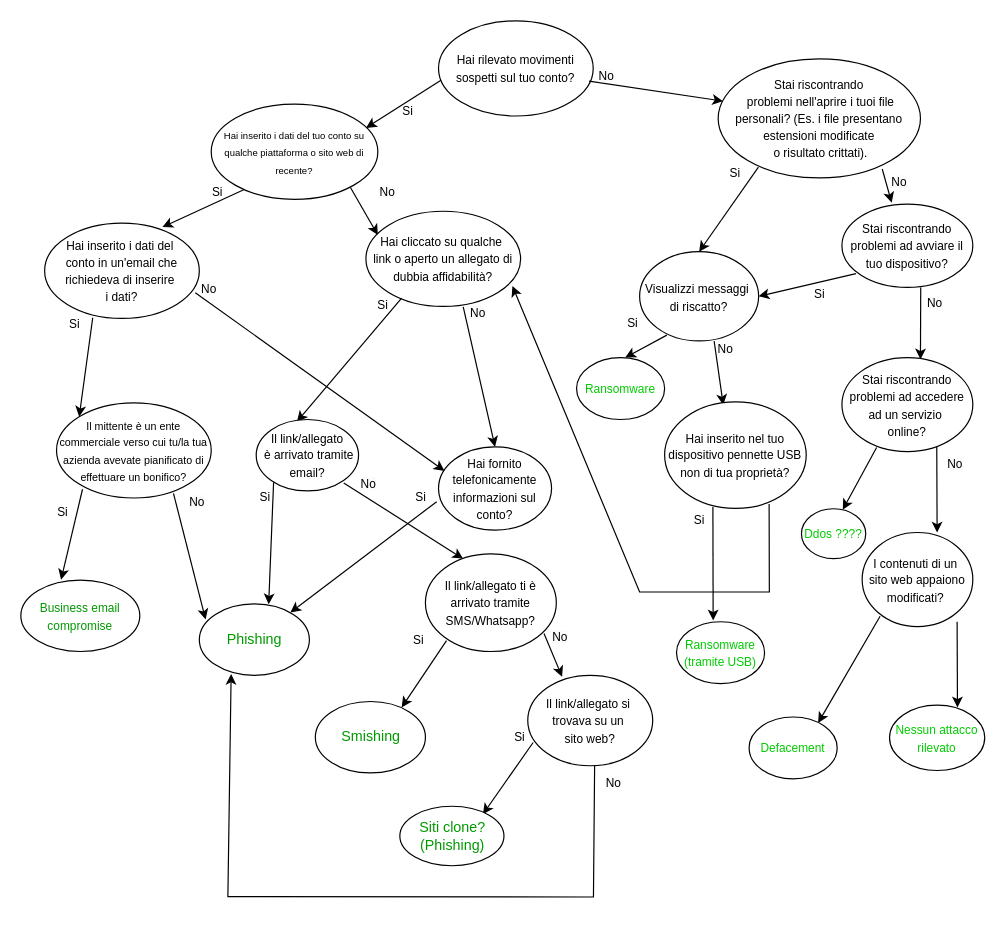
This is Diagramma senza titolo.drawio from ClaudiaMarano/Decision-tree, a draw.io file, before an edit. Source tidied: cells renumbered, new cells numbered last; positions are measured from the earlier drawing's top-left corner, leaving out a move shared by most shapes. Both pictures are drawn from the tidied source at 119%, with x=0, y=0 at pixel (20, 20).
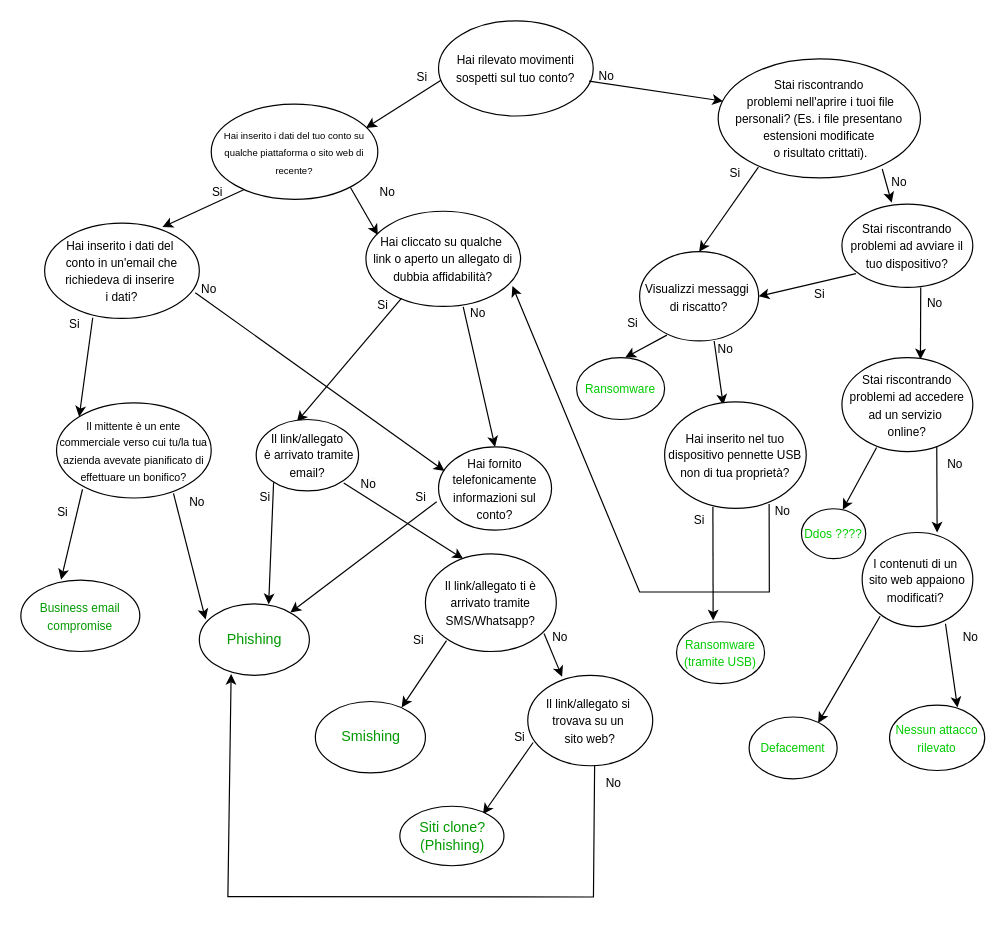
Above is the later version.

The change refers to these unchanged cells:
```xml
<mxCell id="73" value="&lt;span style=&quot;font-size: 10px;&quot;&gt;I contenuti di un&amp;nbsp;&lt;/span&gt;&lt;div&gt;&lt;span style=&quot;font-size: 10px;&quot;&gt;sito web appaiono modificati?&amp;nbsp;&lt;/span&gt;&lt;/div&gt;" style="ellipse;whiteSpace=wrap;html=1;" parent="1" vertex="1">
  <mxGeometry x="707" y="430" width="93" height="79" as="geometry" />
</mxCell>
```

Diff of the diagram source:
```diff
@@
     <mxCell id="7" value="&lt;font style=&quot;font-size: 10px;&quot;&gt;Si&lt;/font&gt;" style="text;html=1;align=center;verticalAlign=middle;strokeColor=none;fillColor=none;" parent="1" vertex="1">
-      <mxGeometry x="310" y="61" width="30" height="30" as="geometry" />
+      <mxGeometry x="322" y="32" width="30" height="30" as="geometry" />
     </mxCell>
@@
-    <mxCell id="76" style="endArrow=classic;html=1;rounded=0;exitX=0.602;exitY=1;exitDx=0;exitDy=0;exitPerimeter=0;" parent="1" edge="1">
+    <mxCell id="76" style="endArrow=classic;html=1;rounded=0;exitX=0.753;exitY=0.97;exitDx=0;exitDy=0;exitPerimeter=0;" parent="1" edge="1" source="73">
       <mxGeometry relative="1" as="geometry">
-        <mxPoint x="786.8" y="505" as="sourcePoint" />
         <mxPoint x="787.1" y="577" as="targetPoint" />
       </mxGeometry>
     </mxCell>
@@
+    <mxCell id="80" value="&lt;span style=&quot;color: rgb(0, 0, 0); font-family: Helvetica; font-size: 10px; font-style: normal; font-variant-ligatures: normal; font-variant-caps: normal; font-weight: 400; letter-spacing: normal; orphans: 2; text-align: center; text-indent: 0px; text-transform: none; widows: 2; word-spacing: 0px; -webkit-text-stroke-width: 0px; white-space: nowrap; background-color: rgb(251, 251, 251); text-decoration-thickness: initial; text-decoration-style: initial; text-decoration-color: initial; display: inline !important; float: none;&quot;&gt;No&lt;/span&gt;" style="text;whiteSpace=wrap;html=1;" parent="1" vertex="1">
+      <mxGeometry x="632" y="398" width="20" height="20" as="geometry" />
+    </mxCell>
+    <mxCell id="81" value="&lt;span style=&quot;color: rgb(0, 0, 0); font-family: Helvetica; font-size: 10px; font-style: normal; font-variant-ligatures: normal; font-variant-caps: normal; font-weight: 400; letter-spacing: normal; orphans: 2; text-align: center; text-indent: 0px; text-transform: none; widows: 2; word-spacing: 0px; -webkit-text-stroke-width: 0px; white-space: nowrap; background-color: rgb(251, 251, 251); text-decoration-thickness: initial; text-decoration-style: initial; text-decoration-color: initial; display: inline !important; float: none;&quot;&gt;No&lt;/span&gt;" style="text;whiteSpace=wrap;html=1;" parent="1" vertex="1">
+      <mxGeometry x="790" y="504" width="20" height="20" as="geometry" />
+    </mxCell>
```
